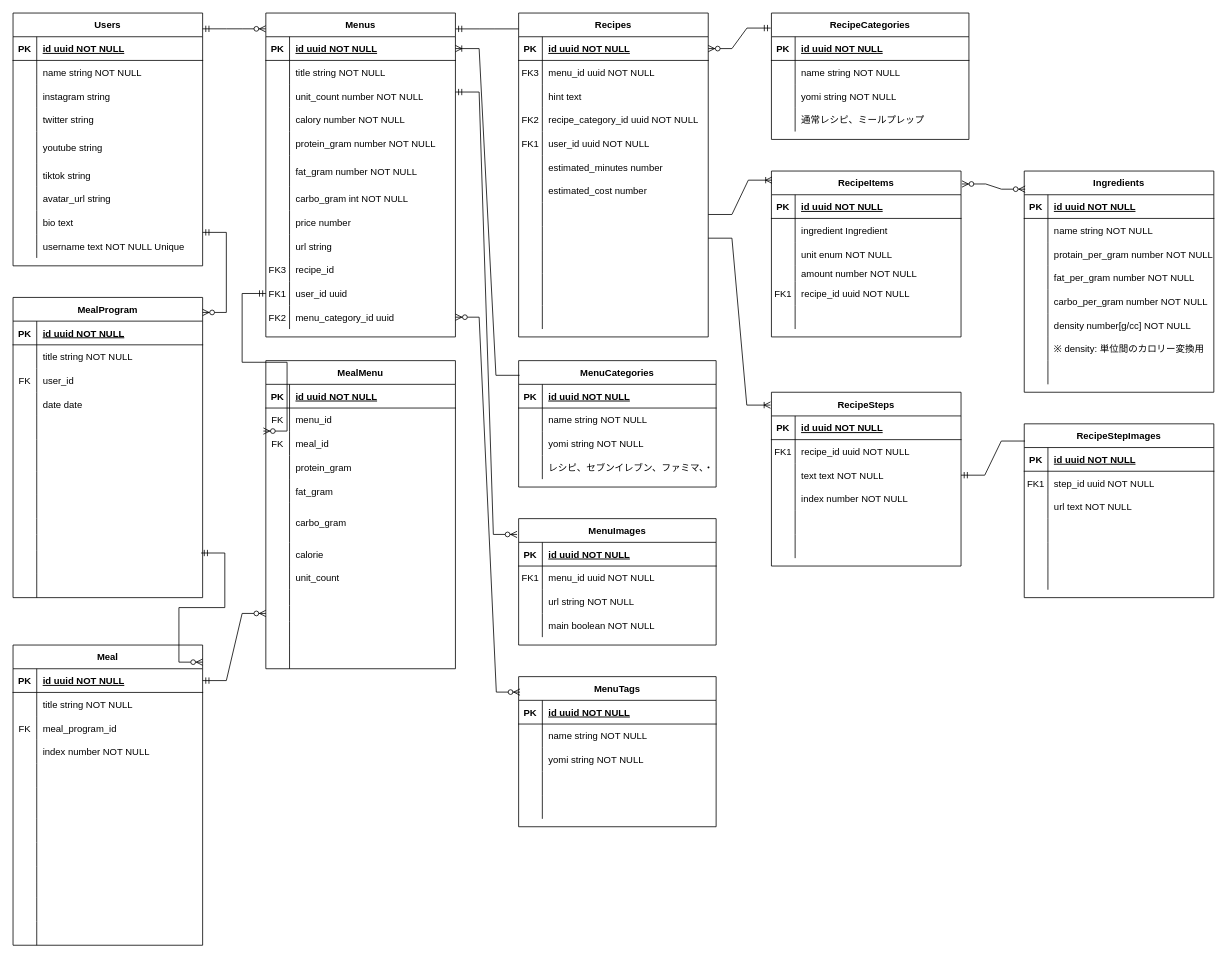
Earlier version of the draw.io diagram 名称未設定ファイル.drawio (shuheitachikawa/db_design). Source tidied: cells renumbered, new cells numbered last; positions are measured from the earlier drawing's top-left corner, leaving out a move shared by most shapes. Both pictures are drawn from the tidied source at 79%, with x=0, y=0 at pixel (13, 13).
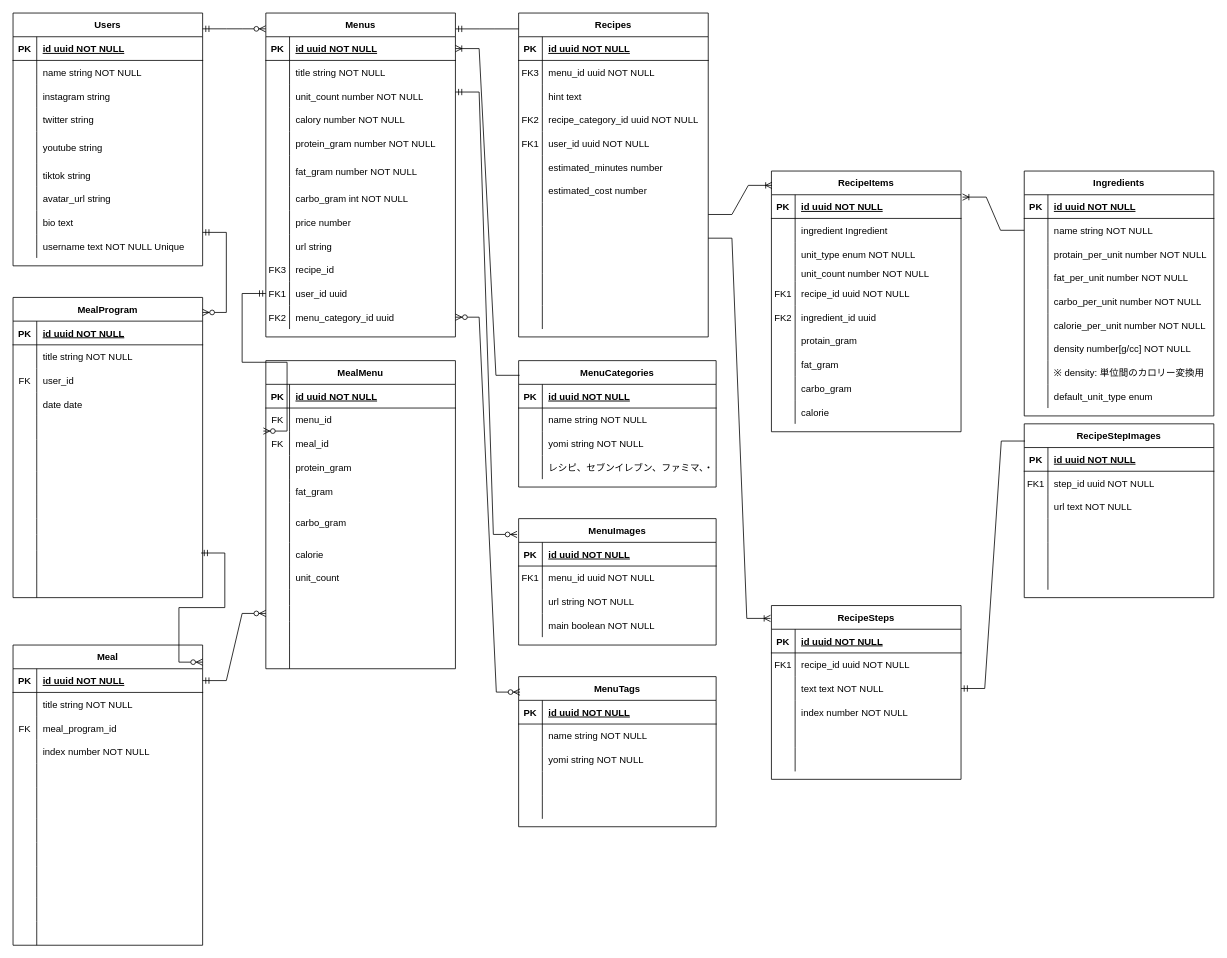
After the change.

Commit message:
名称未設定ファイル.drawio を更新します

The change refers to these unchanged cells:
```xml
<mxCell id="16" style="shape=partialRectangle;fillColor=none;points=[[0,0.5],[1,0.5]];portConstraint=eastwest;top=0;left=0;right=0;bottom=1;" parent="15" vertex="1">
  <mxGeometry y="30" width="240" height="30" as="geometry" />
</mxCell>
<mxCell id="90" style="shape=partialRectangle;fillColor=none;top=0;left=0;right=0;bottom=0;" parent="83" vertex="1">
  <mxGeometry y="90" width="240" height="30" as="geometry" />
</mxCell>
<mxCell id="93" style="shape=partialRectangle;fillColor=none;top=0;left=0;right=0;bottom=0;" parent="83" vertex="1">
  <mxGeometry y="120" width="240" height="20" as="geometry" />
</mxCell>
<mxCell id="99" style="shape=partialRectangle;fillColor=none;top=0;left=0;right=0;bottom=0;" parent="83" vertex="1">
  <mxGeometry y="170" width="240" height="30" as="geometry" />
</mxCell>
<mxCell id="106" style="shape=partialRectangle;fillColor=none;points=[[0,0.5],[1,0.5]];portConstraint=eastwest;top=0;left=0;right=0;bottom=0;" parent="102" vertex="1">
  <mxGeometry y="60" width="240" height="30" as="geometry" />
</mxCell>
<mxCell id="109" style="shape=partialRectangle;fillColor=none;top=0;left=0;right=0;bottom=0;" parent="102" vertex="1">
  <mxGeometry y="90" width="240" height="30" as="geometry" />
</mxCell>
<mxCell id="112" style="shape=partialRectangle;fillColor=none;top=0;left=0;right=0;bottom=0;" parent="102" vertex="1">
  <mxGeometry y="120" width="240" height="30" as="geometry" />
</mxCell>
<mxCell id="115" style="shape=partialRectangle;fillColor=none;top=0;left=0;right=0;bottom=0;" parent="102" vertex="1">
  <mxGeometry y="150" width="240" height="30" as="geometry" />
</mxCell>
```

Diff of the diagram source:
```diff
@@
     <mxCell id="83" value="RecipeItems" style="shape=table;startSize=30;childLayout=tableLayout;rowLines=0;fontStyle=1;align=center;" parent="1" vertex="1">
-      <mxGeometry x="960" y="200" width="240" height="210" as="geometry" />
+      <mxGeometry x="960" y="200" width="240" height="330" as="geometry" />
     </mxCell>
@@
-    <mxCell id="92" value="unit enum NOT NULL" style="shape=partialRectangle;overflow=hidden;fillColor=none;top=0;left=0;bottom=0;right=0;align=left;spacingLeft=6;" parent="90" vertex="1">
+    <mxCell id="92" value="unit_type enum NOT NULL" style="shape=partialRectangle;overflow=hidden;fillColor=none;top=0;left=0;bottom=0;right=0;align=left;spacingLeft=6;" parent="90" vertex="1">
       <mxGeometry x="30" width="210" height="30" as="geometry" />
     </mxCell>
@@
-    <mxCell id="95" value="amount number NOT NULL" style="shape=partialRectangle;overflow=hidden;fillColor=none;top=0;left=0;bottom=0;right=0;align=left;spacingLeft=6;" parent="93" vertex="1">
+    <mxCell id="95" value="unit_count number NOT NULL" style="shape=partialRectangle;overflow=hidden;fillColor=none;top=0;left=0;bottom=0;right=0;align=left;spacingLeft=6;" parent="93" vertex="1">
       <mxGeometry x="30" width="210" height="20" as="geometry" />
     </mxCell>
@@
-    <mxCell id="100" style="shape=partialRectangle;overflow=hidden;fillColor=none;top=0;left=0;bottom=0;right=0;" parent="99" vertex="1">
+    <mxCell id="100" value="FK2" style="shape=partialRectangle;overflow=hidden;fillColor=none;top=0;left=0;bottom=0;right=0;" parent="99" vertex="1">
       <mxGeometry width="30" height="30" as="geometry" />
     </mxCell>
-    <mxCell id="101" style="shape=partialRectangle;overflow=hidden;fillColor=none;top=0;left=0;bottom=0;right=0;align=left;spacingLeft=6;" parent="99" vertex="1">
+    <mxCell id="101" value="ingredient_id uuid" style="shape=partialRectangle;overflow=hidden;fillColor=none;top=0;left=0;bottom=0;right=0;align=left;spacingLeft=6;" parent="99" vertex="1">
       <mxGeometry x="30" width="210" height="30" as="geometry" />
     </mxCell>
+    <mxCell id="367" style="shape=partialRectangle;fillColor=none;top=0;left=0;right=0;bottom=0;" parent="83" vertex="1">
+      <mxGeometry y="200" width="240" height="30" as="geometry" />
+    </mxCell>
+    <mxCell id="368" style="shape=partialRectangle;overflow=hidden;fillColor=none;top=0;left=0;bottom=0;right=0;" parent="367" vertex="1">
+      <mxGeometry width="30" height="30" as="geometry" />
+    </mxCell>
+    <mxCell id="369" value="protain_gram" style="shape=partialRectangle;overflow=hidden;fillColor=none;top=0;left=0;bottom=0;right=0;align=left;spacingLeft=6;" parent="367" vertex="1">
+      <mxGeometry x="30" width="210" height="30" as="geometry" />
+    </mxCell>
+    <mxCell id="370" style="shape=partialRectangle;fillColor=none;top=0;left=0;right=0;bottom=0;" parent="83" vertex="1">
+      <mxGeometry y="230" width="240" height="30" as="geometry" />
+    </mxCell>
+    <mxCell id="371" style="shape=partialRectangle;overflow=hidden;fillColor=none;top=0;left=0;bottom=0;right=0;" parent="370" vertex="1">
+      <mxGeometry width="30" height="30" as="geometry" />
+    </mxCell>
+    <mxCell id="372" value="fat_gram" style="shape=partialRectangle;overflow=hidden;fillColor=none;top=0;left=0;bottom=0;right=0;align=left;spacingLeft=6;" parent="370" vertex="1">
+      <mxGeometry x="30" width="210" height="30" as="geometry" />
+    </mxCell>
+    <mxCell id="373" style="shape=partialRectangle;fillColor=none;top=0;left=0;right=0;bottom=0;" parent="83" vertex="1">
+      <mxGeometry y="260" width="240" height="30" as="geometry" />
+    </mxCell>
+    <mxCell id="374" style="shape=partialRectangle;overflow=hidden;fillColor=none;top=0;left=0;bottom=0;right=0;" parent="373" vertex="1">
+      <mxGeometry width="30" height="30" as="geometry" />
+    </mxCell>
+    <mxCell id="375" value="carbo_gram" style="shape=partialRectangle;overflow=hidden;fillColor=none;top=0;left=0;bottom=0;right=0;align=left;spacingLeft=6;" parent="373" vertex="1">
+      <mxGeometry x="30" width="210" height="30" as="geometry" />
+    </mxCell>
+    <mxCell id="376" style="shape=partialRectangle;fillColor=none;top=0;left=0;right=0;bottom=0;" parent="83" vertex="1">
+      <mxGeometry y="290" width="240" height="30" as="geometry" />
+    </mxCell>
+    <mxCell id="377" style="shape=partialRectangle;overflow=hidden;fillColor=none;top=0;left=0;bottom=0;right=0;" parent="376" vertex="1">
+      <mxGeometry width="30" height="30" as="geometry" />
+    </mxCell>
+    <mxCell id="378" value="calorie" style="shape=partialRectangle;overflow=hidden;fillColor=none;top=0;left=0;bottom=0;right=0;align=left;spacingLeft=6;" parent="376" vertex="1">
+      <mxGeometry x="30" width="210" height="30" as="geometry" />
+    </mxCell>
     <mxCell id="102" value="Ingredients" style="shape=table;startSize=30;childLayout=tableLayout;rowLines=0;fontStyle=1;align=center;" parent="1" vertex="1">
-      <mxGeometry x="1280" y="200" width="240" height="280" as="geometry" />
+      <mxGeometry x="1280" y="200" width="240" height="310" as="geometry" />
     </mxCell>
@@
-    <mxCell id="111" value="protain_per_gram number NOT NULL" style="shape=partialRectangle;overflow=hidden;fillColor=none;top=0;left=0;bottom=0;right=0;align=left;spacingLeft=6;" parent="109" vertex="1">
+    <mxCell id="111" value="protain_per_unit number NOT NULL" style="shape=partialRectangle;overflow=hidden;fillColor=none;top=0;left=0;bottom=0;right=0;align=left;spacingLeft=6;" parent="109" vertex="1">
       <mxGeometry x="30" width="210" height="30" as="geometry" />
     </mxCell>
@@
-    <mxCell id="114" value="fat_per_gram number NOT NULL" style="shape=partialRectangle;overflow=hidden;fillColor=none;top=0;left=0;bottom=0;right=0;align=left;spacingLeft=6;" parent="112" vertex="1">
+    <mxCell id="114" value="fat_per_unit number NOT NULL" style="shape=partialRectangle;overflow=hidden;fillColor=none;top=0;left=0;bottom=0;right=0;align=left;spacingLeft=6;" parent="112" vertex="1">
       <mxGeometry x="30" width="210" height="30" as="geometry" />
     </mxCell>
@@
-    <mxCell id="117" value="carbo_per_gram number NOT NULL" style="shape=partialRectangle;overflow=hidden;fillColor=none;top=0;left=0;bottom=0;right=0;align=left;spacingLeft=6;" parent="115" vertex="1">
+    <mxCell id="117" value="carbo_per_unit number NOT NULL" style="shape=partialRectangle;overflow=hidden;fillColor=none;top=0;left=0;bottom=0;right=0;align=left;spacingLeft=6;" parent="115" vertex="1">
       <mxGeometry x="30" width="210" height="30" as="geometry" />
     </mxCell>
+    <mxCell id="379" style="shape=partialRectangle;fillColor=none;top=0;left=0;right=0;bottom=0;" parent="102" vertex="1">
+      <mxGeometry y="180" width="240" height="30" as="geometry" />
+    </mxCell>
+    <mxCell id="380" style="shape=partialRectangle;overflow=hidden;fillColor=none;top=0;left=0;bottom=0;right=0;" parent="379" vertex="1">
+      <mxGeometry width="30" height="30" as="geometry" />
+    </mxCell>
+    <mxCell id="381" value="calorie_per_unit number NOT NULL" style="shape=partialRectangle;overflow=hidden;fillColor=none;top=0;left=0;bottom=0;right=0;align=left;spacingLeft=6;" parent="379" vertex="1">
+      <mxGeometry x="30" width="210" height="30" as="geometry" />
+    </mxCell>
     <mxCell id="118" style="shape=partialRectangle;fillColor=none;top=0;left=0;right=0;bottom=0;" parent="102" vertex="1">
-      <mxGeometry y="180" width="240" height="30" as="geometry" />
+      <mxGeometry y="210" width="240" height="30" as="geometry" />
     </mxCell>
@@
     <mxCell id="121" style="shape=partialRectangle;fillColor=none;top=0;left=0;right=0;bottom=0;" parent="102" vertex="1">
-      <mxGeometry y="210" width="240" height="30" as="geometry" />
+      <mxGeometry y="240" width="240" height="30" as="geometry" />
     </mxCell>
@@
     <mxCell id="124" style="shape=partialRectangle;fillColor=none;top=0;left=0;right=0;bottom=0;" parent="102" vertex="1">
-      <mxGeometry y="240" width="240" height="30" as="geometry" />
+      <mxGeometry y="270" width="240" height="30" as="geometry" />
     </mxCell>
@@
-    <mxCell id="126" style="shape=partialRectangle;overflow=hidden;fillColor=none;top=0;left=0;bottom=0;right=0;align=left;spacingLeft=6;" parent="124" vertex="1">
+    <mxCell id="126" value="default_unit_type enum" style="shape=partialRectangle;overflow=hidden;fillColor=none;top=0;left=0;bottom=0;right=0;align=left;spacingLeft=6;" parent="124" vertex="1">
       <mxGeometry x="30" width="210" height="30" as="geometry" />
     </mxCell>
-    <mxCell id="127" style="edgeStyle=entityRelationEdgeStyle;fontSize=12;html=1;endArrow=ERzeroToMany;endFill=1;startArrow=ERzeroToMany;rounded=0;entryX=0.005;entryY=0.082;entryDx=0;entryDy=0;exitX=1.005;exitY=0.078;exitDx=0;exitDy=0;exitPerimeter=0;entryPerimeter=0;" parent="1" edge="1" source="83" target="102">
-      <mxGeometry relative="1" as="geometry" />
-    </mxCell>
@@
     <mxCell id="129" value="RecipeSteps" style="shape=table;startSize=30;childLayout=tableLayout;rowLines=0;fontStyle=1;align=center;" parent="1" vertex="1">
-      <mxGeometry x="960" y="480" width="240" height="220" as="geometry" />
+      <mxGeometry x="960" y="750" width="240" height="220" as="geometry" />
     </mxCell>
@@
-    <mxCell id="237" value="RecipeCategories" style="shape=table;startSize=30;childLayout=tableLayout;rowLines=0;fontStyle=1;align=center;" parent="1" vertex="1">
-      <mxGeometry x="960" width="250" height="160" as="geometry" />
-    </mxCell>
-    <mxCell id="238" style="shape=partialRectangle;fillColor=none;top=0;left=0;right=0;bottom=1;" parent="237" vertex="1">
-      <mxGeometry y="30" width="250" height="30" as="geometry" />
-    </mxCell>
-    <mxCell id="239" value="PK" style="shape=partialRectangle;overflow=hidden;fillColor=none;top=0;left=0;bottom=0;right=0;fontStyle=1;" parent="238" vertex="1">
-      <mxGeometry width="30" height="30" as="geometry" />
-    </mxCell>
-    <mxCell id="240" value="id uuid NOT NULL " style="shape=partialRectangle;overflow=hidden;fillColor=none;top=0;left=0;bottom=0;right=0;align=left;spacingLeft=6;fontStyle=5;" parent="238" vertex="1">
-      <mxGeometry x="30" width="220" height="30" as="geometry" />
-    </mxCell>
-    <mxCell id="241" style="shape=partialRectangle;fillColor=none;top=0;left=0;right=0;bottom=0;" parent="237" vertex="1">
-      <mxGeometry y="60" width="250" height="30" as="geometry" />
-    </mxCell>
-    <mxCell id="242" style="shape=partialRectangle;overflow=hidden;fillColor=none;top=0;left=0;bottom=0;right=0;" parent="241" vertex="1">
-      <mxGeometry width="30" height="30" as="geometry" />
-    </mxCell>
-    <mxCell id="243" value="name string NOT NULL" style="shape=partialRectangle;overflow=hidden;fillColor=none;top=0;left=0;bottom=0;right=0;align=left;spacingLeft=6;" parent="241" vertex="1">
-      <mxGeometry x="30" width="220" height="30" as="geometry" />
-    </mxCell>
-    <mxCell id="244" style="shape=partialRectangle;fillColor=none;top=0;left=0;right=0;bottom=0;" parent="237" vertex="1">
-      <mxGeometry y="90" width="250" height="30" as="geometry" />
-    </mxCell>
-    <mxCell id="245" style="shape=partialRectangle;overflow=hidden;fillColor=none;top=0;left=0;bottom=0;right=0;" parent="244" vertex="1">
-      <mxGeometry width="30" height="30" as="geometry" />
-    </mxCell>
-    <mxCell id="246" value="yomi string NOT NULL" style="shape=partialRectangle;overflow=hidden;fillColor=none;top=0;left=0;bottom=0;right=0;align=left;spacingLeft=6;" parent="244" vertex="1">
-      <mxGeometry x="30" width="220" height="30" as="geometry" />
-    </mxCell>
-    <mxCell id="247" style="shape=partialRectangle;fillColor=none;top=0;left=0;right=0;bottom=0;" parent="237" vertex="1">
-      <mxGeometry y="120" width="250" height="30" as="geometry" />
-    </mxCell>
-    <mxCell id="248" style="shape=partialRectangle;overflow=hidden;fillColor=none;top=0;left=0;bottom=0;right=0;" parent="247" vertex="1">
-      <mxGeometry width="30" height="30" as="geometry" />
-    </mxCell>
-    <mxCell id="249" value="通常レシピ、ミールプレップ" style="shape=partialRectangle;overflow=hidden;fillColor=none;top=0;left=0;bottom=0;right=0;align=left;spacingLeft=6;" parent="247" vertex="1">
-      <mxGeometry x="30" width="220" height="30" as="geometry" />
-    </mxCell>
-    <mxCell id="250" style="edgeStyle=entityRelationEdgeStyle;fontSize=12;html=1;endArrow=ERzeroToMany;startArrow=ERmandOne;rounded=0;entryX=1;entryY=0.5;entryDx=0;entryDy=0;exitX=-0.004;exitY=0.119;exitDx=0;exitDy=0;exitPerimeter=0;" parent="1" edge="1" source="237" target="16">
-      <mxGeometry relative="1" as="geometry" />
-    </mxCell>
@@
+    <mxCell id="382" style="edgeStyle=entityRelationEdgeStyle;fontSize=12;html=1;endArrow=ERoneToMany;rounded=0;exitX=0;exitY=0.5;exitDx=0;exitDy=0;entryX=1.008;entryY=0.1;entryDx=0;entryDy=0;entryPerimeter=0;" parent="1" edge="1" source="106" target="83">
+      <mxGeometry relative="1" as="geometry" />
+    </mxCell>
```
